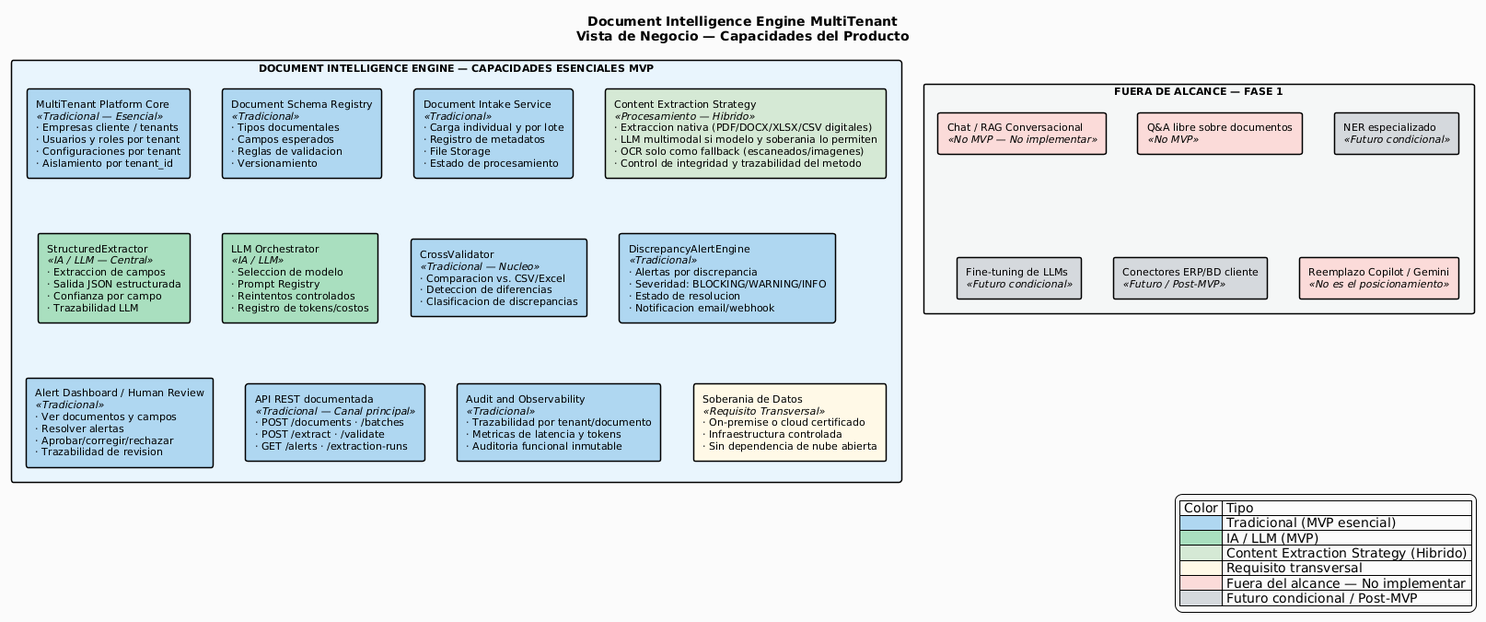
This is RAG/assets/img/diagramas/document-intelligence/01-vista-negocio-capacidades.png from sedibuc/documentacion_cintel, a PlantUML export, as it was before one commit.
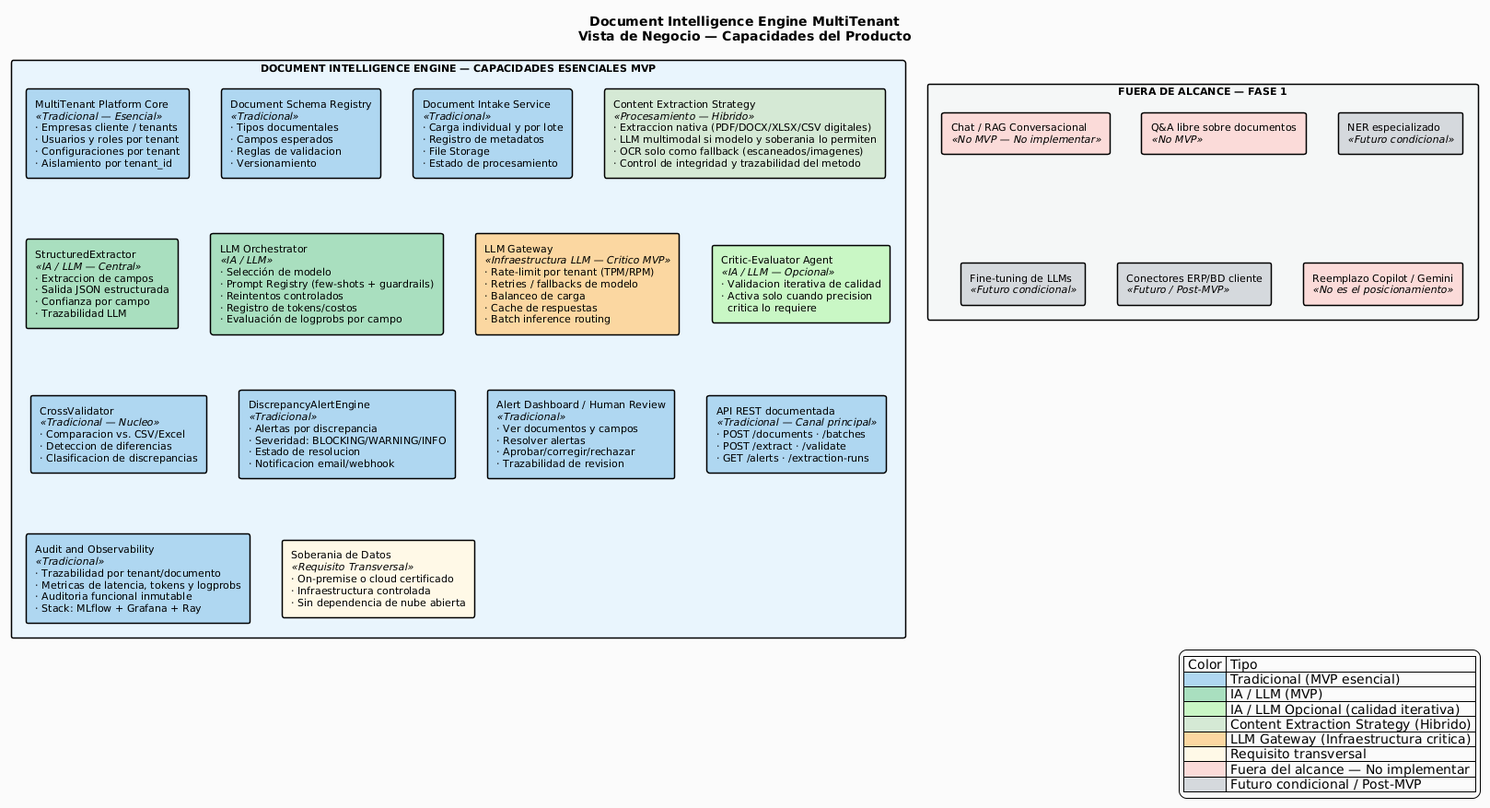
Above is the later version.

Change to the diagram source:
```diff
@@ -22,7 +22,11 @@
 
   rectangle "StructuredExtractor\n<i><<IA / LLM — Central>></i>\n· Extraccion de campos\n· Salida JSON estructurada\n· Confianza por campo\n· Trazabilidad LLM" as SE #A9DFBF
 
-  rectangle "LLM Orchestrator\n<i><<IA / LLM>></i>\n· Seleccion de modelo\n· Prompt Registry\n· Reintentos controlados\n· Registro de tokens/costos" as LO #A9DFBF
+  rectangle "LLM Orchestrator\n<i><<IA / LLM>></i>\n· Selección de modelo\n· Prompt Registry (few-shots + guardrails)\n· Reintentos controlados\n· Registro de tokens/costos\n· Evaluación de logprobs por campo" as LO #A9DFBF
+
+  rectangle "LLM Gateway\n<i><<Infraestructura LLM — Critico MVP>></i>\n· Rate-limit por tenant (TPM/RPM)\n· Retries / fallbacks de modelo\n· Balanceo de carga\n· Cache de respuestas\n· Batch inference routing" as LGW #FAD7A0
+
+  rectangle "Critic-Evaluator Agent\n<i><<IA / LLM — Opcional>></i>\n· Validacion iterativa de calidad\n· Activa solo cuando precision\n  critica lo requiere" as CEA #C8F7C5
 
   rectangle "CrossValidator\n<i><<Tradicional — Nucleo>></i>\n· Comparacion vs. CSV/Excel\n· Deteccion de diferencias\n· Clasificacion de discrepancias" as CV #AED6F1
 
@@ -32,7 +36,7 @@
 
   rectangle "API REST documentada\n<i><<Tradicional — Canal principal>></i>\n· POST /documents · /batches\n· POST /extract · /validate\n· GET /alerts · /extraction-runs" as API #AED6F1
 
-  rectangle "Audit and Observability\n<i><<Tradicional>></i>\n· Trazabilidad por tenant/documento\n· Metricas de latencia y tokens\n· Auditoria funcional inmutable" as AO #AED6F1
+  rectangle "Audit and Observability\n<i><<Tradicional>></i>\n· Trazabilidad por tenant/documento\n· Metricas de latencia, tokens y logprobs\n· Auditoria funcional inmutable\n· Stack: MLflow + Grafana + Ray" as AO #AED6F1
 
   rectangle "Soberania de Datos\n<i><<Requisito Transversal>></i>\n· On-premise o cloud certificado\n· Infraestructura controlada\n· Sin dependencia de nube abierta" as SD #FEF9E7
 }
@@ -50,7 +54,9 @@
   | Color | Tipo |
   |<#AED6F1> | Tradicional (MVP esencial) |
   |<#A9DFBF> | IA / LLM (MVP) |
+  |<#C8F7C5> | IA / LLM Opcional (calidad iterativa) |
   |<#D5E8D4> | Content Extraction Strategy (Hibrido) |
+  |<#FAD7A0> | LLM Gateway (Infraestructura critica) |
   |<#FEF9E7> | Requisito transversal |
   |<#FADBD8> | Fuera del alcance — No implementar |
   |<#D5D8DC> | Futuro condicional / Post-MVP |
```
